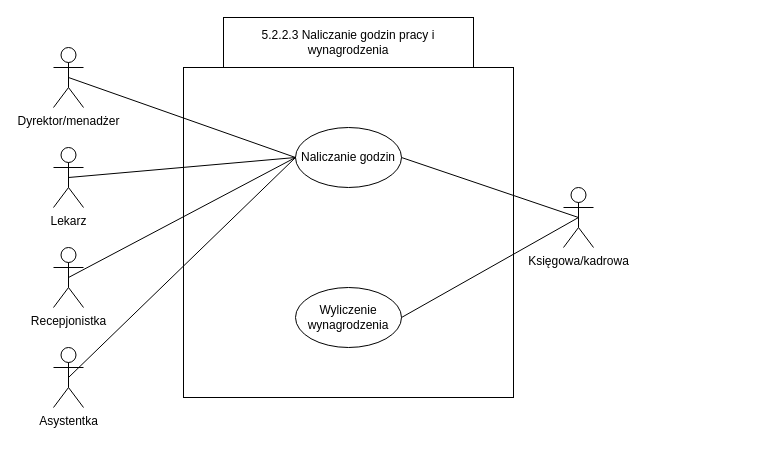
The draw.io diagram Diagram bez tytułu(4)(4).drawio in black86man/projekt-io, before the edit. Source tidied: cells renumbered, new cells numbered last; positions are measured from the earlier drawing's top-left corner, leaving out a move shared by most shapes. Both pictures are drawn from the tidied source at 100%, with x=0, y=0 at pixel (53, 17).
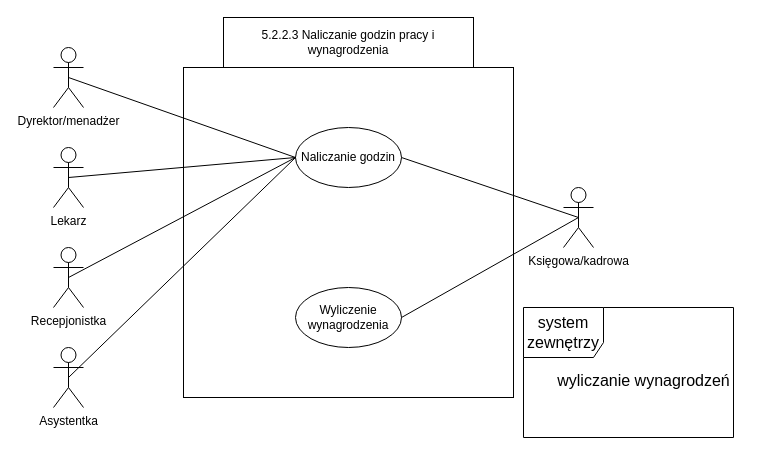
After the change.

Diff of the diagram source:
```diff
@@
 <mxGraphModel>
   <root>
     <mxCell id="0" />
     <mxCell id="1" parent="0" />
     <mxCell id="2" style="whiteSpace=wrap;html=1;" parent="1" vertex="1">
       <mxGeometry x="130" y="50" width="330" height="330" as="geometry" />
     </mxCell>
     <mxCell id="3" value="Księgowa/kadrowa" style="shape=umlActor;verticalLabelPosition=bottom;verticalAlign=top;html=1;outlineConnect=0;" parent="1" vertex="1">
       <mxGeometry x="510" y="170" width="30" height="60" as="geometry" />
     </mxCell>
     <mxCell id="4" value="Naliczanie godzin" style="ellipse;whiteSpace=wrap;html=1;" parent="1" vertex="1">
       <mxGeometry x="242" y="110" width="106" height="60" as="geometry" />
     </mxCell>
     <mxCell id="5" style="endArrow=none;html=1;rounded=0;entryX=1;entryY=0.5;entryDx=0;entryDy=0;exitX=0.5;exitY=0.5;exitDx=0;exitDy=0;exitPerimeter=0;" parent="1" edge="1" source="3" target="4">
       <mxGeometry relative="1" as="geometry" />
     </mxCell>
     <mxCell id="6" value="Lekarz" style="shape=umlActor;verticalLabelPosition=bottom;verticalAlign=top;html=1;outlineConnect=0;" parent="1" vertex="1">
       <mxGeometry y="130" width="30" height="60" as="geometry" />
     </mxCell>
     <mxCell id="7" style="endArrow=none;html=1;rounded=0;entryX=0.5;entryY=0.5;entryDx=0;entryDy=0;exitX=0;exitY=0.5;exitDx=0;exitDy=0;entryPerimeter=0;" parent="1" edge="1" source="4" target="6">
       <mxGeometry relative="1" as="geometry" />
     </mxCell>
     <mxCell id="8" value="5.2.2.3 Naliczanie godzin pracy i wynagrodzenia" style="rounded=0;whiteSpace=wrap;html=1;" parent="1" vertex="1">
       <mxGeometry x="170" width="250" height="50" as="geometry" />
     </mxCell>
     <mxCell id="9" value="Wyliczenie wynagrodzenia" style="ellipse;whiteSpace=wrap;html=1;" parent="1" vertex="1">
       <mxGeometry x="242" y="270" width="106" height="60" as="geometry" />
     </mxCell>
     <mxCell id="10" style="endArrow=none;html=1;rounded=0;entryX=1;entryY=0.5;entryDx=0;entryDy=0;exitX=0.5;exitY=0.5;exitDx=0;exitDy=0;exitPerimeter=0;" parent="1" edge="1" source="3" target="9">
       <mxGeometry relative="1" as="geometry" />
     </mxCell>
     <mxCell id="11" value="Dyrektor/menadżer" style="shape=umlActor;verticalLabelPosition=bottom;verticalAlign=top;html=1;outlineConnect=0;" parent="1" vertex="1">
       <mxGeometry y="30" width="30" height="60" as="geometry" />
     </mxCell>
     <mxCell id="12" style="endArrow=none;html=1;rounded=0;entryX=0.5;entryY=0.5;entryDx=0;entryDy=0;exitX=0;exitY=0.5;exitDx=0;exitDy=0;entryPerimeter=0;" parent="1" edge="1" source="4" target="11">
       <mxGeometry relative="1" as="geometry" />
     </mxCell>
     <mxCell id="13" value="Recepjonistka" style="shape=umlActor;verticalLabelPosition=bottom;verticalAlign=top;html=1;outlineConnect=0;" parent="1" vertex="1">
       <mxGeometry y="230" width="30" height="60" as="geometry" />
     </mxCell>
     <mxCell id="14" value="Asystentka" style="shape=umlActor;verticalLabelPosition=bottom;verticalAlign=top;html=1;outlineConnect=0;" parent="1" vertex="1">
       <mxGeometry y="330" width="30" height="60" as="geometry" />
     </mxCell>
     <mxCell id="15" style="endArrow=none;html=1;rounded=0;entryX=0.5;entryY=0.5;entryDx=0;entryDy=0;exitX=0;exitY=0.5;exitDx=0;exitDy=0;entryPerimeter=0;" parent="1" edge="1" source="4" target="14">
       <mxGeometry relative="1" as="geometry" />
     </mxCell>
     <mxCell id="16" style="endArrow=none;html=1;rounded=0;entryX=0.5;entryY=0.5;entryDx=0;entryDy=0;exitX=0;exitY=0.5;exitDx=0;exitDy=0;entryPerimeter=0;" parent="1" edge="1" source="4" target="13">
       <mxGeometry relative="1" as="geometry" />
     </mxCell>
+    <mxCell id="17" value="system zewnętrzy" style="shape=umlFrame;whiteSpace=wrap;html=1;fontSize=16;width=80;height=50;" parent="1" vertex="1">
+      <mxGeometry x="470" y="290" width="210" height="130" as="geometry" />
+    </mxCell>
+    <mxCell id="18" value="wyliczanie wynagrodzeń" style="text;html=1;align=center;verticalAlign=middle;strokeColor=none;fillColor=none;fontSize=16;" parent="1" vertex="1">
+      <mxGeometry x="490" y="348" width="200" height="30" as="geometry" />
+    </mxCell>
   </root>
 </mxGraphModel>
```
